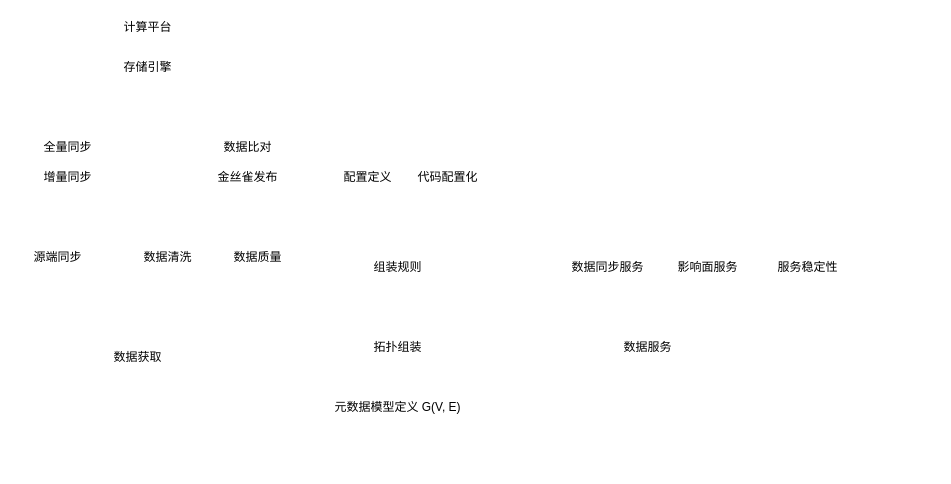
Before: 蚂蚁金服-RMC-[FY21S2]元数据服务内部系统架构.drawio in frankneu/draw.io, a draw.io diagram. Source tidied: cells renumbered, new cells numbered last; positions are measured from the earlier drawing's top-left corner, leaving out a move shared by most shapes. Both pictures are drawn from the tidied source at 100%, with x=0, y=0 at pixel (27, 17).
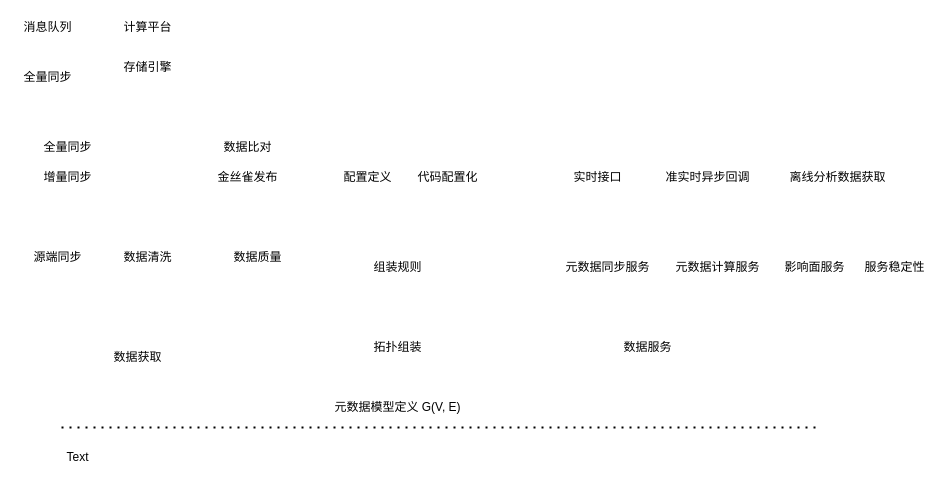
The same page after the edit.

Commit message (it also covers changes not shown here):
Update 蚂蚁金服-RMC-[FY21S2]元数据服务内部系统架构.drawio

Change to the diagram source:
```diff
@@
     <mxCell id="7" value="数据清洗" style="text;html=1;align=center;verticalAlign=middle;" parent="1" vertex="1">
-      <mxGeometry x="110" y="230" width="60" height="20" as="geometry" />
+      <mxGeometry x="90" y="230" width="60" height="20" as="geometry" />
     </mxCell>
@@
-    <mxCell id="9" value="数据同步服务" style="text;html=1;align=center;verticalAlign=middle;" parent="1" vertex="1">
-      <mxGeometry x="535" y="240" width="90" height="20" as="geometry" />
+    <mxCell id="9" value="元数据同步服务" style="text;html=1;align=center;verticalAlign=middle;" parent="1" vertex="1">
+      <mxGeometry x="530" y="240" width="100" height="20" as="geometry" />
     </mxCell>
     <mxCell id="10" value="影响面服务" style="text;html=1;align=center;verticalAlign=middle;" parent="1" vertex="1">
-      <mxGeometry x="640" y="240" width="80" height="20" as="geometry" />
+      <mxGeometry x="747" y="240" width="80" height="20" as="geometry" />
     </mxCell>
     <mxCell id="11" value="服务稳定性" style="text;html=1;align=center;verticalAlign=middle;" parent="1" vertex="1">
-      <mxGeometry x="740" y="240" width="80" height="20" as="geometry" />
+      <mxGeometry x="827" y="240" width="80" height="20" as="geometry" />
     </mxCell>
@@
+    <mxCell id="21" style="endArrow=none;dashed=1;html=1;dashPattern=1 3;strokeWidth=2;" parent="1" edge="1">
+      <mxGeometry relative="1" as="geometry">
+        <mxPoint x="34" y="410" as="sourcePoint" />
+        <mxPoint x="794" y="410" as="targetPoint" />
+      </mxGeometry>
+    </mxCell>
+    <mxCell id="22" value="Text" style="text;html=1;align=center;verticalAlign=middle;" parent="1" vertex="1">
+      <mxGeometry x="30" y="430" width="40" height="20" as="geometry" />
+    </mxCell>
+    <mxCell id="23" value="元数据计算服务" style="text;html=1;align=center;verticalAlign=middle;" parent="1" vertex="1">
+      <mxGeometry x="640" y="240" width="100" height="20" as="geometry" />
+    </mxCell>
+    <mxCell id="24" value="实时接口" style="text;html=1;align=center;verticalAlign=middle;" parent="1" vertex="1">
+      <mxGeometry x="540" y="150" width="60" height="20" as="geometry" />
+    </mxCell>
+    <mxCell id="25" value="准实时异步回调" style="text;html=1;align=center;verticalAlign=middle;" parent="1" vertex="1">
+      <mxGeometry x="630" y="150" width="100" height="20" as="geometry" />
+    </mxCell>
+    <mxCell id="26" value="离线分析数据获取" style="text;html=1;align=center;verticalAlign=middle;" parent="1" vertex="1">
+      <mxGeometry x="755" y="150" width="110" height="20" as="geometry" />
+    </mxCell>
+    <mxCell id="27" value="消息队列" style="text;html=1;align=center;verticalAlign=middle;" parent="1" vertex="1">
+      <mxGeometry x="-10" width="60" height="20" as="geometry" />
+    </mxCell>
+    <mxCell id="28" value="全量同步" style="text;html=1;align=center;verticalAlign=middle;" parent="1" vertex="1">
+      <mxGeometry x="-10" y="50" width="60" height="20" as="geometry" />
+    </mxCell>
```
